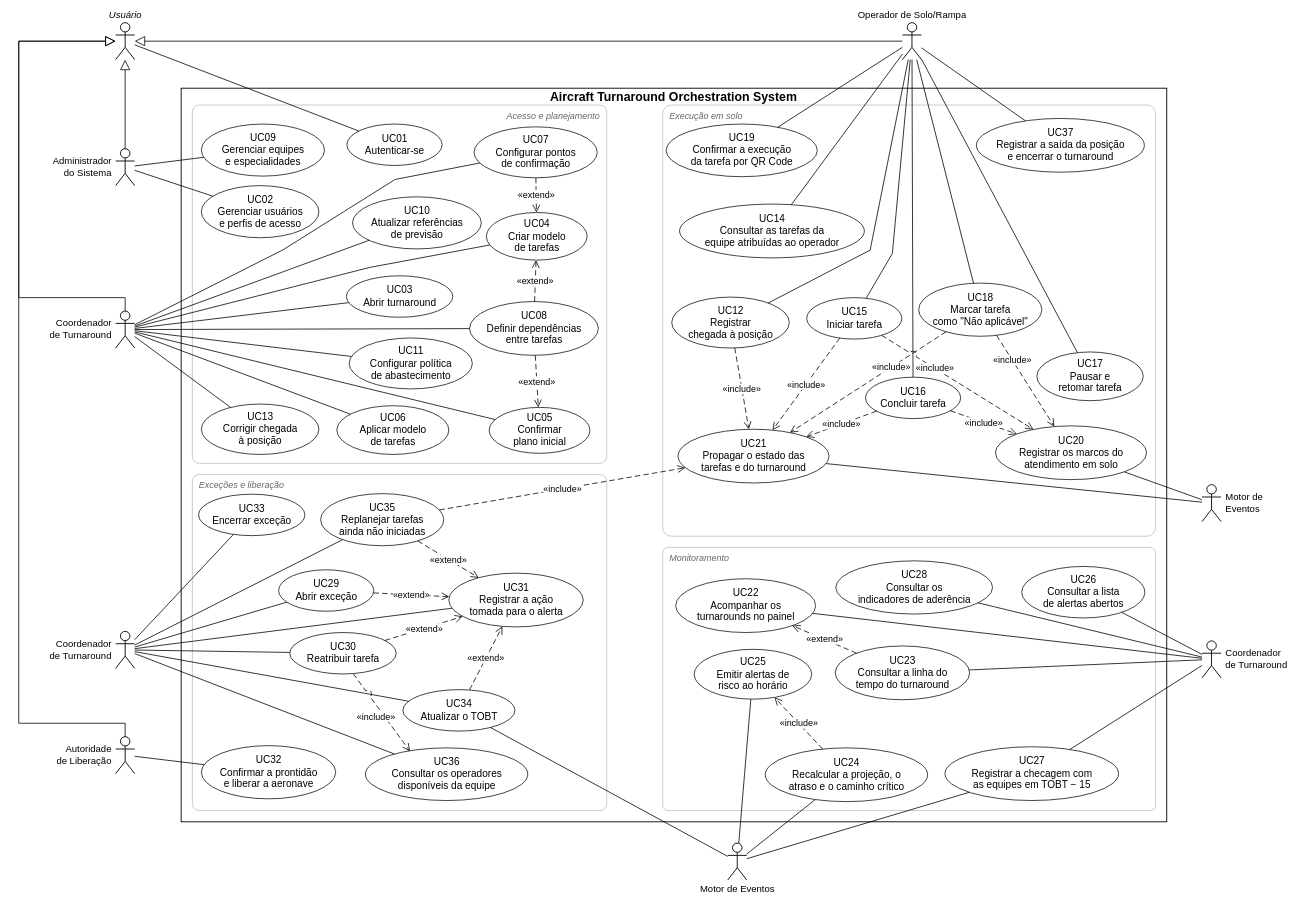
Earlier version of the draw.io diagram especificacao/diagramas/09-casos-de-uso.drawio (Aircraft-Turnaround-Operations-Manager/aircraft-turnaround-docs). Source tidied: cells renumbered, new cells numbered last; positions are measured from the earlier drawing's top-left corner, leaving out a move shared by most shapes. Both pictures are drawn from the tidied source at 56%, with x=0, y=0 at pixel (18, 22).
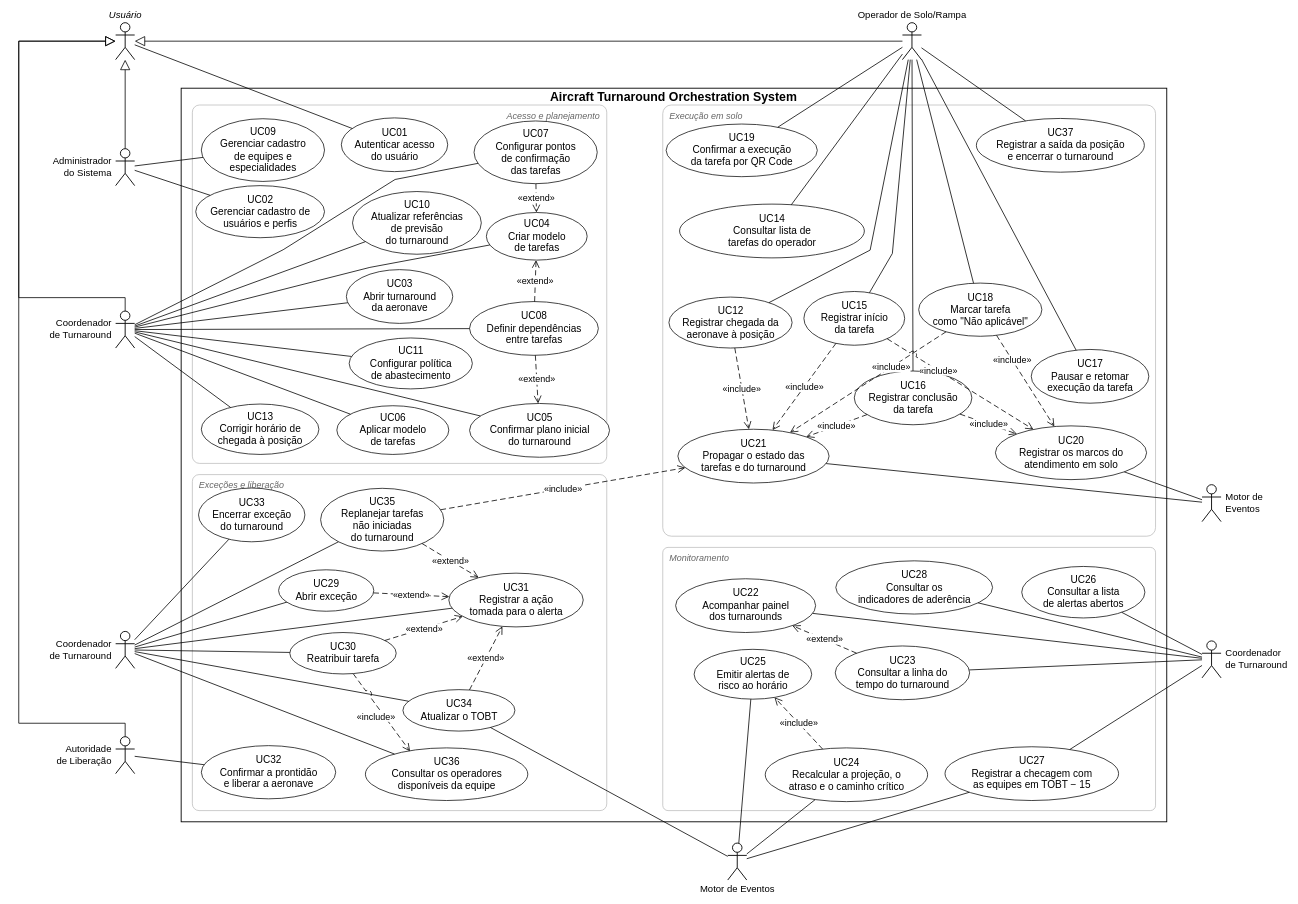
The same page after the edit.

What changed in the source:
```diff
@@
-    <mxCell id="8" value="UC01&lt;br&gt;Autenticar-se" style="ellipse;whiteSpace=nowrap;html=1;fillColor=#FFFFFF;strokeColor=#000000;strokeWidth=1.3;fontSize=18;spacing=0;fontFamily=Arial;" parent="1" vertex="1">
-      <mxGeometry x="586" y="181" width="170" height="74" as="geometry" />
+    <mxCell id="8" value="UC01&lt;br&gt;Autenticar acesso&lt;br&gt;do usuário" style="ellipse;whiteSpace=nowrap;html=1;fillColor=#FFFFFF;strokeColor=#000000;strokeWidth=1.3;fontSize=18;spacing=0;fontFamily=Arial;" parent="1" vertex="1">
+      <mxGeometry x="576" y="170" width="190" height="96" as="geometry" />
     </mxCell>
-    <mxCell id="9" value="UC02&lt;br&gt;Gerenciar usuários&lt;br&gt;e perfis de acesso" style="ellipse;whiteSpace=nowrap;html=1;fillColor=#FFFFFF;strokeColor=#000000;strokeWidth=1.3;fontSize=18;spacing=0;fontFamily=Arial;" parent="1" vertex="1">
-      <mxGeometry x="326" y="291" width="210" height="93" as="geometry" />
+    <mxCell id="9" value="UC02&lt;br&gt;Gerenciar cadastro de&lt;br&gt;usuários e perfis" style="ellipse;whiteSpace=nowrap;html=1;fillColor=#FFFFFF;strokeColor=#000000;strokeWidth=1.3;fontSize=18;spacing=0;fontFamily=Arial;" parent="1" vertex="1">
+      <mxGeometry x="316" y="291" width="230" height="93" as="geometry" />
     </mxCell>
-    <mxCell id="10" value="UC03&lt;br&gt;Abrir turnaround" style="ellipse;whiteSpace=nowrap;html=1;fillColor=#FFFFFF;strokeColor=#000000;strokeWidth=1.3;fontSize=18;spacing=0;fontFamily=Arial;" parent="1" vertex="1">
-      <mxGeometry x="585" y="452" width="190" height="74" as="geometry" />
+    <mxCell id="10" value="UC03&lt;br&gt;Abrir turnaround&lt;br&gt;da aeronave" style="ellipse;whiteSpace=nowrap;html=1;fillColor=#FFFFFF;strokeColor=#000000;strokeWidth=1.3;fontSize=18;spacing=0;fontFamily=Arial;" parent="1" vertex="1">
+      <mxGeometry x="585" y="441" width="190" height="96" as="geometry" />
     </mxCell>
@@
-    <mxCell id="12" value="UC05&lt;br&gt;Confirmar&lt;br&gt;plano inicial" style="ellipse;whiteSpace=nowrap;html=1;fillColor=#FFFFFF;strokeColor=#000000;strokeWidth=1.3;fontSize=18;spacing=0;fontFamily=Arial;" parent="1" vertex="1">
-      <mxGeometry x="840" y="687" width="180" height="82" as="geometry" />
+    <mxCell id="12" value="UC05&lt;br&gt;Confirmar plano inicial&lt;br&gt;do turnaround" style="ellipse;whiteSpace=nowrap;html=1;fillColor=#FFFFFF;strokeColor=#000000;strokeWidth=1.3;fontSize=18;spacing=0;fontFamily=Arial;" parent="1" vertex="1">
+      <mxGeometry x="805" y="680" width="250" height="96" as="geometry" />
     </mxCell>
@@
-    <mxCell id="14" value="UC07&lt;br&gt;Configurar pontos&lt;br&gt;de confirmação" style="ellipse;whiteSpace=nowrap;html=1;fillColor=#FFFFFF;strokeColor=#000000;strokeWidth=1.3;fontSize=18;spacing=0;fontFamily=Arial;" parent="1" vertex="1">
-      <mxGeometry x="813" y="186" width="220" height="91" as="geometry" />
+    <mxCell id="14" value="UC07&lt;br&gt;Configurar pontos&lt;br&gt;de confirmação&lt;br&gt;das tarefas" style="ellipse;whiteSpace=nowrap;html=1;fillColor=#FFFFFF;strokeColor=#000000;strokeWidth=1.3;fontSize=18;spacing=0;fontFamily=Arial;" parent="1" vertex="1">
+      <mxGeometry x="813" y="175.5" width="220" height="112" as="geometry" />
     </mxCell>
@@
-    <mxCell id="16" value="UC09&lt;br&gt;Gerenciar equipes&lt;br&gt;e especialidades" style="ellipse;whiteSpace=nowrap;html=1;fillColor=#FFFFFF;strokeColor=#000000;strokeWidth=1.3;fontSize=18;spacing=0;fontFamily=Arial;" parent="1" vertex="1">
-      <mxGeometry x="326" y="181" width="220" height="93" as="geometry" />
+    <mxCell id="16" value="UC09&lt;br&gt;Gerenciar cadastro&lt;br&gt;de equipes e&lt;br&gt;especialidades" style="ellipse;whiteSpace=nowrap;html=1;fillColor=#FFFFFF;strokeColor=#000000;strokeWidth=1.3;fontSize=18;spacing=0;fontFamily=Arial;" parent="1" vertex="1">
+      <mxGeometry x="326" y="171.5" width="220" height="112" as="geometry" />
     </mxCell>
-    <mxCell id="17" value="UC10&lt;br&gt;Atualizar referências&lt;br&gt;de previsão" style="ellipse;whiteSpace=nowrap;html=1;fillColor=#FFFFFF;strokeColor=#000000;strokeWidth=1.3;fontSize=18;spacing=0;fontFamily=Arial;" parent="1" vertex="1">
-      <mxGeometry x="596" y="311" width="230" height="93" as="geometry" />
+    <mxCell id="17" value="UC10&lt;br&gt;Atualizar referências&lt;br&gt;de previsão&lt;br&gt;do turnaround" style="ellipse;whiteSpace=nowrap;html=1;fillColor=#FFFFFF;strokeColor=#000000;strokeWidth=1.3;fontSize=18;spacing=0;fontFamily=Arial;" parent="1" vertex="1">
+      <mxGeometry x="596" y="301.5" width="230" height="112" as="geometry" />
     </mxCell>
@@
-    <mxCell id="19" value="UC12&lt;br&gt;Registrar&lt;br&gt;chegada à posição" style="ellipse;whiteSpace=nowrap;html=1;fillColor=#FFFFFF;strokeColor=#000000;strokeWidth=1.3;fontSize=18;spacing=0;fontFamily=Arial;" parent="1" vertex="1">
-      <mxGeometry x="1166" y="490" width="210" height="91" as="geometry" />
+    <mxCell id="19" value="UC12&lt;br&gt;Registrar chegada da&lt;br&gt;aeronave à posição" style="ellipse;whiteSpace=nowrap;html=1;fillColor=#FFFFFF;strokeColor=#000000;strokeWidth=1.3;fontSize=18;spacing=0;fontFamily=Arial;" parent="1" vertex="1">
+      <mxGeometry x="1161" y="490" width="220" height="91" as="geometry" />
     </mxCell>
-    <mxCell id="20" value="UC13&lt;br&gt;Corrigir chegada&lt;br&gt;à posição" style="ellipse;whiteSpace=nowrap;html=1;fillColor=#FFFFFF;strokeColor=#000000;strokeWidth=1.3;fontSize=18;spacing=0;fontFamily=Arial;" parent="1" vertex="1">
+    <mxCell id="20" value="UC13&lt;br&gt;Corrigir horário de&lt;br&gt;chegada à posição" style="ellipse;whiteSpace=nowrap;html=1;fillColor=#FFFFFF;strokeColor=#000000;strokeWidth=1.3;fontSize=18;spacing=0;fontFamily=Arial;" parent="1" vertex="1">
       <mxGeometry x="326" y="681" width="210" height="90" as="geometry" />
     </mxCell>
-    <mxCell id="21" value="UC14&lt;br&gt;Consultar as tarefas da&lt;br&gt;equipe atribuídas ao operador" style="ellipse;whiteSpace=nowrap;html=1;fillColor=#FFFFFF;strokeColor=#000000;strokeWidth=1.3;fontSize=18;spacing=0;fontFamily=Arial;" parent="1" vertex="1">
+    <mxCell id="21" value="UC14&lt;br&gt;Consultar lista de&lt;br&gt;tarefas do operador" style="ellipse;whiteSpace=nowrap;html=1;fillColor=#FFFFFF;strokeColor=#000000;strokeWidth=1.3;fontSize=18;spacing=0;fontFamily=Arial;" parent="1" vertex="1">
       <mxGeometry x="1180" y="324" width="330" height="96" as="geometry" />
     </mxCell>
-    <mxCell id="22" value="UC15&lt;br&gt;Iniciar tarefa" style="ellipse;whiteSpace=nowrap;html=1;fillColor=#FFFFFF;strokeColor=#000000;strokeWidth=1.3;fontSize=18;spacing=0;fontFamily=Arial;" parent="1" vertex="1">
-      <mxGeometry x="1407" y="491" width="170" height="74" as="geometry" />
+    <mxCell id="22" value="UC15&lt;br&gt;Registrar início&lt;br&gt;da tarefa" style="ellipse;whiteSpace=nowrap;html=1;fillColor=#FFFFFF;strokeColor=#000000;strokeWidth=1.3;fontSize=18;spacing=0;fontFamily=Arial;" parent="1" vertex="1">
+      <mxGeometry x="1402" y="480" width="180" height="96" as="geometry" />
     </mxCell>
-    <mxCell id="23" value="UC16&lt;br&gt;Concluir tarefa" style="ellipse;whiteSpace=nowrap;html=1;fillColor=#FFFFFF;strokeColor=#000000;strokeWidth=1.3;fontSize=18;spacing=0;fontFamily=Arial;" parent="1" vertex="1">
-      <mxGeometry x="1512" y="633" width="170" height="74" as="geometry" />
+    <mxCell id="23" value="UC16&lt;br&gt;Registrar conclusão&lt;br&gt;da tarefa" style="ellipse;whiteSpace=nowrap;html=1;fillColor=#FFFFFF;strokeColor=#000000;strokeWidth=1.3;fontSize=18;spacing=0;fontFamily=Arial;" parent="1" vertex="1">
+      <mxGeometry x="1492" y="622" width="210" height="96" as="geometry" />
     </mxCell>
-    <mxCell id="24" value="UC17&lt;br&gt;Pausar e&lt;br&gt;retomar tarefa" style="ellipse;whiteSpace=nowrap;html=1;fillColor=#FFFFFF;strokeColor=#000000;strokeWidth=1.3;fontSize=18;spacing=0;fontFamily=Arial;" parent="1" vertex="1">
-      <mxGeometry x="1818" y="588" width="190" height="87" as="geometry" />
+    <mxCell id="24" value="UC17&lt;br&gt;Pausar e retomar&lt;br&gt;execução da tarefa" style="ellipse;whiteSpace=nowrap;html=1;fillColor=#FFFFFF;strokeColor=#000000;strokeWidth=1.3;fontSize=18;spacing=0;fontFamily=Arial;" parent="1" vertex="1">
+      <mxGeometry x="1808" y="583.5" width="210" height="96" as="geometry" />
     </mxCell>
@@
-    <mxCell id="29" value="UC22&lt;br&gt;Acompanhar os&lt;br&gt;turnarounds no painel" style="ellipse;whiteSpace=nowrap;html=1;fillColor=#FFFFFF;strokeColor=#000000;strokeWidth=1.3;fontSize=18;spacing=0;fontFamily=Arial;" parent="1" vertex="1">
+    <mxCell id="29" value="UC22&lt;br&gt;Acompanhar painel&lt;br&gt;dos turnarounds" style="ellipse;whiteSpace=nowrap;html=1;fillColor=#FFFFFF;strokeColor=#000000;strokeWidth=1.3;fontSize=18;spacing=0;fontFamily=Arial;" parent="1" vertex="1">
       <mxGeometry x="1173" y="993" width="250" height="96" as="geometry" />
     </mxCell>
@@
-    <mxCell id="40" value="UC33&lt;br&gt;Encerrar exceção" style="ellipse;whiteSpace=nowrap;html=1;fillColor=#FFFFFF;strokeColor=#000000;strokeWidth=1.3;fontSize=18;spacing=0;fontFamily=Arial;" parent="1" vertex="1">
-      <mxGeometry x="321" y="842" width="190" height="74" as="geometry" />
+    <mxCell id="40" value="UC33&lt;br&gt;Encerrar exceção&lt;br&gt;do turnaround" style="ellipse;whiteSpace=nowrap;html=1;fillColor=#FFFFFF;strokeColor=#000000;strokeWidth=1.3;fontSize=18;spacing=0;fontFamily=Arial;" parent="1" vertex="1">
+      <mxGeometry x="321" y="831" width="190" height="96" as="geometry" />
     </mxCell>
@@
-    <mxCell id="42" value="UC35&lt;br&gt;Replanejar tarefas&lt;br&gt;ainda não iniciadas" style="ellipse;whiteSpace=nowrap;html=1;fillColor=#FFFFFF;strokeColor=#000000;strokeWidth=1.3;fontSize=18;spacing=0;fontFamily=Arial;" parent="1" vertex="1">
-      <mxGeometry x="539" y="841" width="220" height="93" as="geometry" />
+    <mxCell id="42" value="UC35&lt;br&gt;Replanejar tarefas&lt;br&gt;não iniciadas&lt;br&gt;do turnaround" style="ellipse;whiteSpace=nowrap;html=1;fillColor=#FFFFFF;strokeColor=#000000;strokeWidth=1.3;fontSize=18;spacing=0;fontFamily=Arial;" parent="1" vertex="1">
+      <mxGeometry x="539" y="831.5" width="220" height="112" as="geometry" />
     </mxCell>
```
